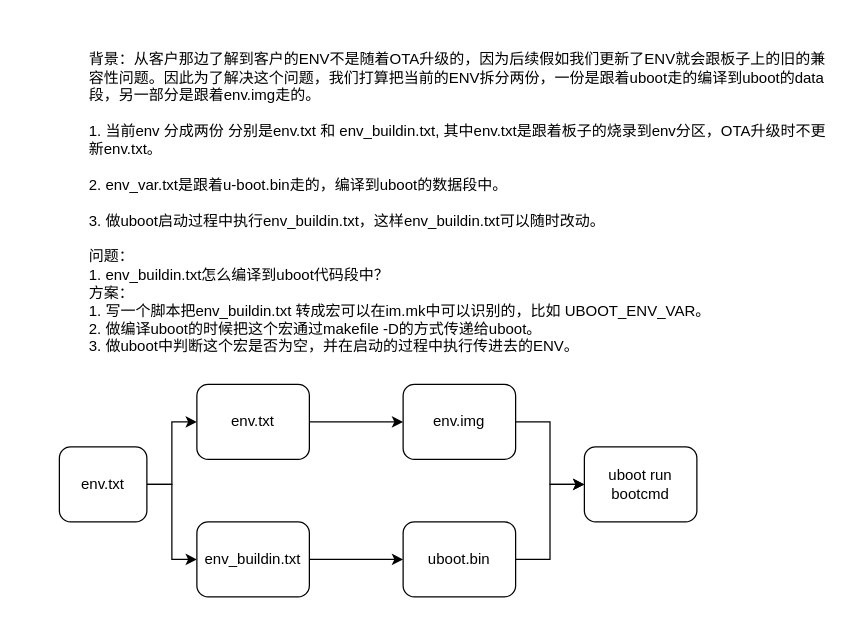
The draw.io diagram 启动参数传递方案.drawio in wdhgit/drawio, before the edit. Source tidied: cells renumbered, new cells numbered last; positions are measured from the earlier drawing's top-left corner, leaving out a move shared by most shapes. Both pictures are drawn from the tidied source at 125%, with x=0, y=0 at pixel (59, 46).
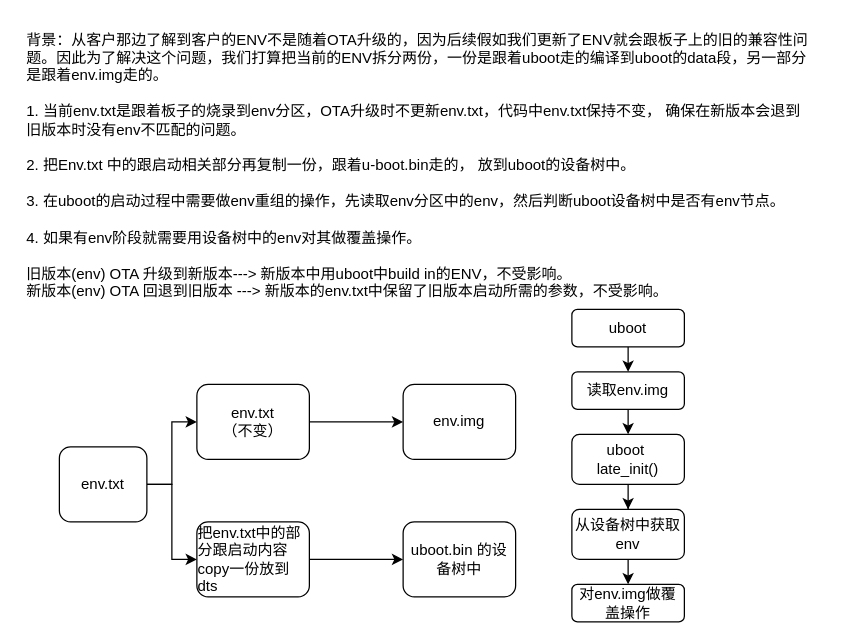
After the change.

Commit message:
更新启动参数传递方案.drawio

Unchanged cells that the change refers to:
```xml
<mxCell id="11" value="env.img" style="rounded=1;whiteSpace=wrap;html=1;" parent="1" vertex="1">
  <mxGeometry x="275" y="270" width="90" height="60" as="geometry" />
</mxCell>
```

The edit, as a diff of the source:
```diff
@@
-    <mxCell id="2" value="背景：从客户那边了解到客户的ENV不是随着OTA升级的，因为后续假如我们更新了ENV就会跟板子上的旧的兼容性问题。因此为了解决这个问题，我们打算把当前的ENV拆分两份，一份是跟着uboot走的编译到uboot的data段，另一部分是跟着env.img走的。&lt;br&gt;&lt;br&gt;1. 当前env 分成两份 分别是env.txt 和 env_buildin.txt, 其中env.txt是跟着板子的烧录到env分区，OTA升级时不更新env.txt。&lt;br&gt;&lt;br&gt;&lt;div&gt;2. env_var.txt是跟着u-boot.bin走的，编译到uboot的数据段中。&lt;br&gt;&lt;br&gt;3. 做uboot启动过程中执行env_buildin&lt;span style=&quot;background-color: transparent; color: light-dark(rgb(0, 0, 0), rgb(255, 255, 255));&quot;&gt;.txt，这样&lt;/span&gt;env_buildin&lt;span style=&quot;background-color: transparent; color: light-dark(rgb(0, 0, 0), rgb(255, 255, 255));&quot;&gt;.txt可以随时改动。&lt;br&gt;&lt;br&gt;问题：&lt;br&gt;1.&amp;nbsp;&lt;/span&gt;env_buildin&lt;span style=&quot;background-color: transparent; color: light-dark(rgb(0, 0, 0), rgb(255, 255, 255));&quot;&gt;.txt怎么编译到uboot代码段中？&lt;/span&gt;&lt;/div&gt;&lt;div&gt;&lt;span style=&quot;background-color: transparent; color: light-dark(rgb(0, 0, 0), rgb(255, 255, 255));&quot;&gt;方案：&lt;br&gt;1. 写一个脚本把&lt;/span&gt;env_buildin&lt;span style=&quot;background-color: transparent; color: light-dark(rgb(0, 0, 0), rgb(255, 255, 255));&quot;&gt;.txt 转成宏可以在im.mk中可以识别的，比如 UBOOT_ENV_VAR。&lt;br&gt;2. 做编译uboot的时候把这个宏通过makefile -D的方式传递给uboot。&lt;br&gt;3. 做uboot中判断这个宏是否为空，并在启动的过程中执行传进去的ENV。&lt;/span&gt;&lt;/div&gt;" style="text;html=1;whiteSpace=wrap;strokeColor=none;fillColor=none;align=left;verticalAlign=middle;rounded=0;spacingTop=0;spacing=2;spacingLeft=2;" parent="1" vertex="1">
-      <mxGeometry x="20" width="600" height="250" as="geometry" />
+    <mxCell id="2" value="背景：从客户那边了解到客户的ENV不是随着OTA升级的，因为后续假如我们更新了ENV就会跟板子上的旧的兼容性问题。因此为了解决这个问题，我们打算把当前的ENV拆分两份，一份是跟着uboot走的编译到uboot的data段，另一部分是跟着env.img走的。&lt;br&gt;&lt;br&gt;1. 当前env.txt是跟着板子的烧录到env分区，OTA升级时不更新env.txt，代码中env.txt保持不变， 确保在新版本会退到旧版本时没有env不匹配的问题。&lt;div&gt;&lt;br&gt;&lt;div&gt;2. 把Env.txt 中的跟启动相关部分再复制一份，跟着u-boot.bin走的， 放到uboot的设备树中。&lt;/div&gt;&lt;div&gt;&lt;br&gt;3. 在uboot的启动过程中需要做env重组的操作，先读取env分区中的env，然后判断uboot设备树中是否有env节点。&lt;/div&gt;&lt;div&gt;&lt;br&gt;&lt;/div&gt;&lt;div&gt;4. 如果有env阶段就需要用设备树中的env对其做覆盖操作。&lt;span style=&quot;background-color: transparent; color: light-dark(rgb(0, 0, 0), rgb(255, 255, 255));&quot;&gt;&lt;/span&gt;&lt;/div&gt;&lt;div&gt;&lt;br&gt;&lt;/div&gt;&lt;div&gt;旧版本(env) OTA 升级到新版本---&amp;gt; 新版本中用uboot中build in的ENV，不受影响。&lt;br&gt;新版本(env) OTA 回退到旧版本 ---&amp;gt; 新版本的env.txt中保留了旧版本启动所需的参数，不受影响。&lt;/div&gt;&lt;/div&gt;" style="text;html=1;whiteSpace=wrap;strokeColor=none;fillColor=none;align=left;verticalAlign=middle;rounded=0;spacingTop=0;spacing=2;spacingLeft=2;" parent="1" vertex="1">
+      <mxGeometry x="-30" y="-20" width="630" height="230" as="geometry" />
     </mxCell>
@@
-    <mxCell id="7" value="env.txt" style="rounded=1;whiteSpace=wrap;html=1;" parent="1" vertex="1">
+    <mxCell id="7" value="env.txt&lt;div&gt;（不变）&lt;/div&gt;" style="rounded=1;whiteSpace=wrap;html=1;" parent="1" vertex="1">
       <mxGeometry x="110" y="270" width="90" height="60" as="geometry" />
     </mxCell>
@@
-    <mxCell id="9" value="&lt;span style=&quot;text-align: left;&quot;&gt;env_buildin&lt;/span&gt;.txt" style="rounded=1;whiteSpace=wrap;html=1;" parent="1" vertex="1">
+    <mxCell id="9" value="&lt;div style=&quot;text-align: left;&quot;&gt;&lt;span style=&quot;background-color: transparent; color: light-dark(rgb(0, 0, 0), rgb(255, 255, 255));&quot;&gt;把env.txt中的部分跟启动内容 copy一份放到dts&lt;/span&gt;&lt;/div&gt;" style="rounded=1;whiteSpace=wrap;html=1;" parent="1" vertex="1">
       <mxGeometry x="110" y="380" width="90" height="60" as="geometry" />
     </mxCell>
-    <mxCell id="10" style="edgeStyle=orthogonalEdgeStyle;rounded=0;jettySize=auto;html=1;exitX=1;exitY=0.5;exitDx=0;exitDy=0;entryX=0;entryY=0.5;entryDx=0;entryDy=0;" parent="1" edge="1" source="11" target="14">
-      <mxGeometry relative="1" as="geometry" />
-    </mxCell>
@@
-    <mxCell id="12" style="edgeStyle=orthogonalEdgeStyle;rounded=0;jettySize=auto;html=1;exitX=1;exitY=0.5;exitDx=0;exitDy=0;entryX=0;entryY=0.5;entryDx=0;entryDy=0;" parent="1" edge="1" source="13" target="14">
-      <mxGeometry relative="1" as="geometry" />
-    </mxCell>
-    <mxCell id="13" value="uboot.bin" style="rounded=1;whiteSpace=wrap;html=1;" parent="1" vertex="1">
+    <mxCell id="13" value="uboot.bin 的设备树中" style="rounded=1;whiteSpace=wrap;html=1;" parent="1" vertex="1">
       <mxGeometry x="275" y="380" width="90" height="60" as="geometry" />
     </mxCell>
+    <mxCell id="15" style="edgeStyle=orthogonalEdgeStyle;rounded=0;jettySize=auto;html=1;exitX=0.5;exitY=1;exitDx=0;exitDy=0;" parent="1" edge="1" source="14" target="21">
+      <mxGeometry relative="1" as="geometry" />
+    </mxCell>
-    <mxCell id="14" value="uboot run bootcmd" style="rounded=1;whiteSpace=wrap;html=1;" parent="1" vertex="1">
-      <mxGeometry x="420" y="320" width="90" height="60" as="geometry" />
+    <mxCell id="14" value="uboot&amp;nbsp;&lt;br&gt;late_init()" style="rounded=1;whiteSpace=wrap;html=1;" parent="1" vertex="1">
+      <mxGeometry x="410" y="310" width="90" height="40" as="geometry" />
     </mxCell>
+    <mxCell id="16" style="edgeStyle=orthogonalEdgeStyle;rounded=0;jettySize=auto;html=1;exitX=0.5;exitY=1;exitDx=0;exitDy=0;entryX=0.5;entryY=0;entryDx=0;entryDy=0;" parent="1" edge="1" source="17" target="14">
+      <mxGeometry relative="1" as="geometry" />
+    </mxCell>
+    <mxCell id="17" value="读取env.img" style="rounded=1;whiteSpace=wrap;html=1;" parent="1" vertex="1">
+      <mxGeometry x="410" y="260" width="90" height="30" as="geometry" />
+    </mxCell>
+    <mxCell id="18" style="edgeStyle=orthogonalEdgeStyle;rounded=0;jettySize=auto;html=1;exitX=0.5;exitY=1;exitDx=0;exitDy=0;entryX=0.5;entryY=0;entryDx=0;entryDy=0;" parent="1" edge="1" source="19" target="17">
+      <mxGeometry relative="1" as="geometry" />
+    </mxCell>
+    <mxCell id="19" value="uboot" style="rounded=1;whiteSpace=wrap;html=1;" parent="1" vertex="1">
+      <mxGeometry x="410" y="210" width="90" height="30" as="geometry" />
+    </mxCell>
+    <mxCell id="20" style="edgeStyle=orthogonalEdgeStyle;rounded=0;jettySize=auto;html=1;exitX=0.5;exitY=1;exitDx=0;exitDy=0;entryX=0.5;entryY=0;entryDx=0;entryDy=0;" parent="1" edge="1" source="21" target="22">
+      <mxGeometry relative="1" as="geometry" />
+    </mxCell>
+    <mxCell id="21" value="从设备树中获取env" style="rounded=1;whiteSpace=wrap;html=1;" parent="1" vertex="1">
+      <mxGeometry x="410" y="370" width="90" height="40" as="geometry" />
+    </mxCell>
+    <mxCell id="22" value="对env.img做覆盖操作" style="rounded=1;whiteSpace=wrap;html=1;" parent="1" vertex="1">
+      <mxGeometry x="410" y="430" width="90" height="30" as="geometry" />
+    </mxCell>
```
